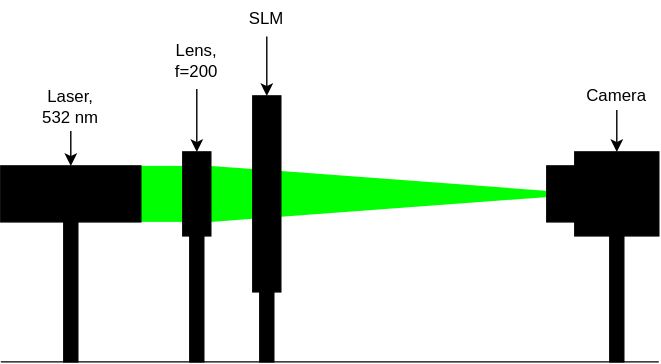
This is documentation/images/setup_1.svg from nbaehler/mask-designer, a draw.io export, as it was before one commit. Source tidied: cells renumbered, new cells last; positions are measured from the earlier drawing's top-left corner, leaving out a move shared by most shapes.
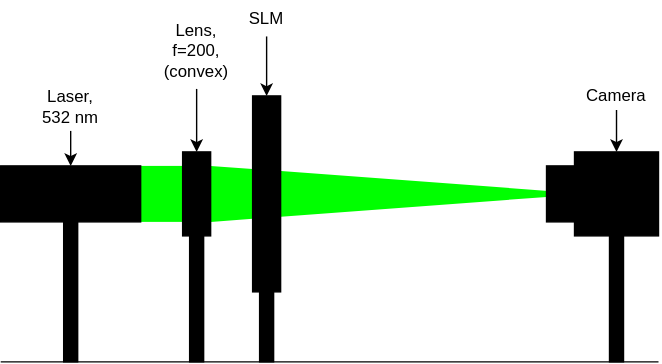
Later version of the same file.

What changed in the source:
```diff
@@ -41,8 +41,8 @@
     <mxCell id="13" style="edgeStyle=orthogonalEdgeStyle;rounded=0;jettySize=auto;html=1;exitX=0.5;exitY=1;exitDx=0;exitDy=0;" parent="1" edge="1" source="14" target="16">
       <mxGeometry relative="1" as="geometry" />
     </mxCell>
-    <mxCell id="14" value="&lt;div&gt;Lens,&lt;/div&gt;&lt;div&gt;f=200&lt;br&gt;&lt;/div&gt;" style="text;html=1;strokeColor=none;fillColor=none;align=center;verticalAlign=middle;whiteSpace=wrap;rounded=0;" parent="1" vertex="1">
-      <mxGeometry x="110" y="23" width="60" height="40" as="geometry" />
+    <mxCell id="14" value="&lt;div&gt;Lens,&lt;/div&gt;&lt;div&gt;f=200,&lt;br&gt;&lt;/div&gt;&lt;div&gt;(convex)&lt;br&gt;&lt;/div&gt;" style="text;html=1;strokeColor=none;fillColor=none;align=center;verticalAlign=middle;whiteSpace=wrap;rounded=0;" parent="1" vertex="1">
+      <mxGeometry x="110" y="8" width="60" height="55" as="geometry" />
     </mxCell>
     <mxCell id="15" style="rounded=0;whiteSpace=wrap;html=1;fillColor=#000000;" parent="1" vertex="1">
       <mxGeometry x="180" y="68" width="20" height="140" as="geometry" />
```
